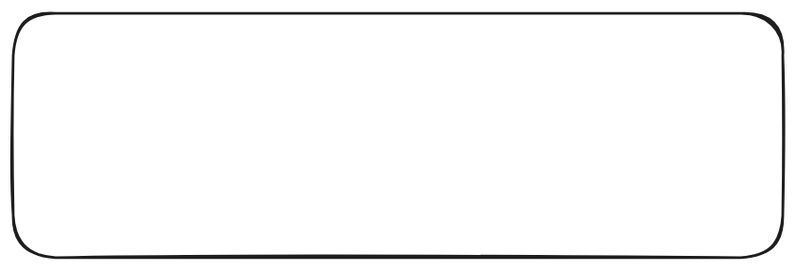
aradhya-tiwari/aradhya_tiwari_frontend keeps this Excalidraw diagram as Capstone_VechicleRentalSystem/resources/er-diagram.excalidraw.svg. Above is the earlier version. Source tidied: one line per element, renumbered; positions are measured from the earlier drawing's top-left corner, leaving out a move shared by most shapes. The source it was exported from:
```json
{"id": 0, "type": "rectangle", "strokeColor": "#1e1e1e", "strokeWidth": 2, "roughness": 1, "round": true, "x": 0, "y": 0, "width": 582, "height": 185}
```
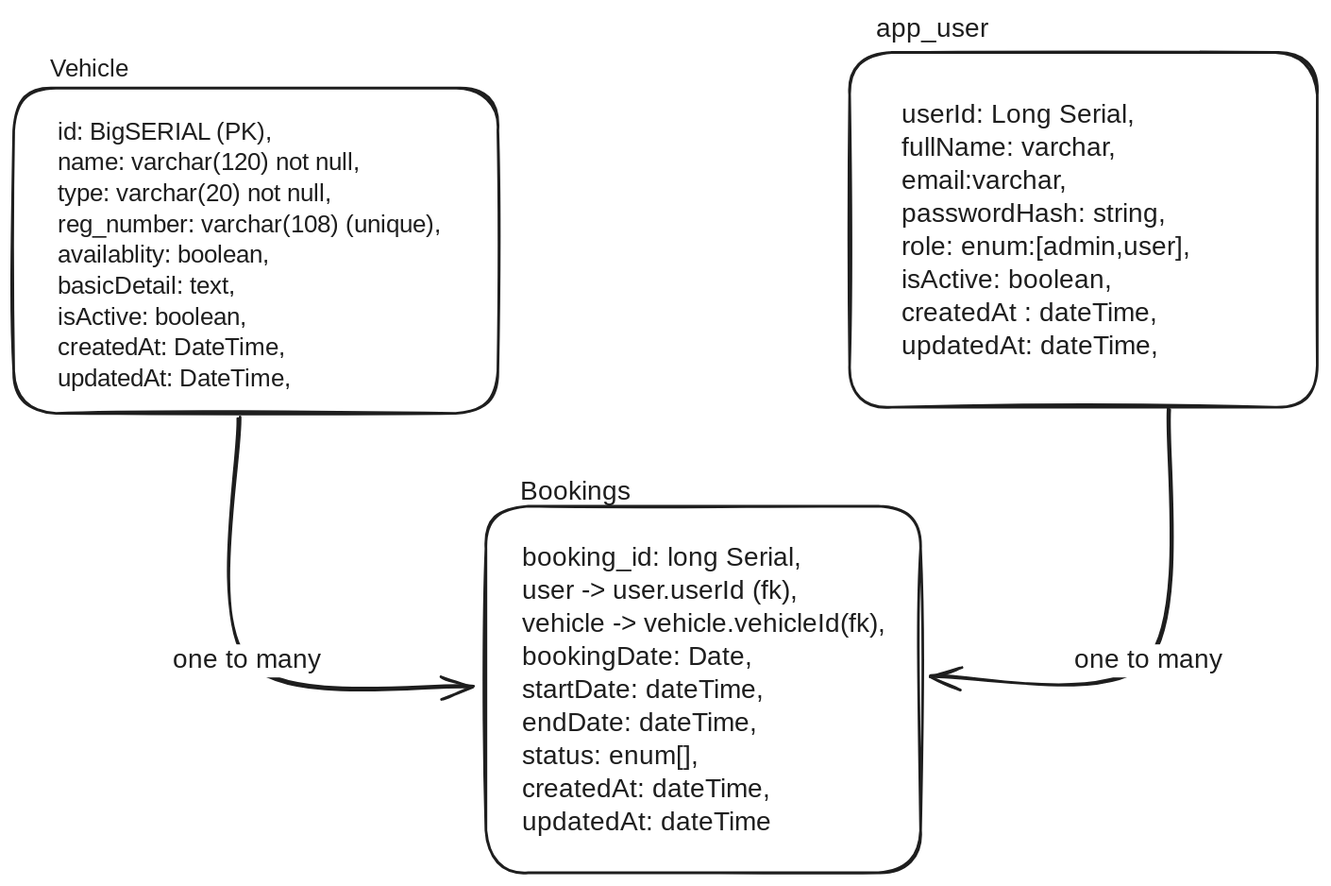
Above is the later version.

The edit, as a diff of the source:
```diff
@@ -1,1 +1,13 @@
-{"id": 0, "type": "rectangle", "strokeColor": "#1e1e1e", "strokeWidth": 2, "roughness": 1, "round": true, "x": 0, "y": 0, "width": 582, "height": 185}
+{"id": 0, "type": "rectangle", "strokeColor": "#1e1e1e", "strokeWidth": 2, "roughness": 1, "round": true, "x": 0, "y": 0, "width": 367, "height": 246}
+{"id": 1, "type": "text", "text": "Vehicle", "strokeColor": "#1e1e1e", "strokeWidth": 2, "roughness": 1, "fontSize": 18.68, "fontFamily": 5, "x": 27, "y": -26, "width": 59, "height": 23}
+{"id": 2, "type": "text", "text": "id: BigSERIAL (PK),\nname: varchar(120) not null,\ntype: varchar(20) not null,\nreg_number: varchar(108) (unique),\navailablity: boolean,\nbasicDetail: text,\nisActive: boolean,\ncreatedAt: DateTime,\nupdatedAt: DateTime,\n \n\n", "strokeColor": "#1e1e1e", "strokeWidth": 2, "roughness": 1, "fontSize": 18.68, "fontFamily": 5, "x": 33, "y": 22, "width": 310, "height": 280}
+{"id": 3, "type": "rectangle", "strokeColor": "#1e1e1e", "strokeWidth": 2, "roughness": 1, "round": true, "x": 633, "y": -27, "width": 354, "height": 268}
+{"id": 4, "type": "text", "text": "app_user", "strokeColor": "#1e1e1e", "strokeWidth": 2, "roughness": 1, "fontSize": 20, "fontFamily": 5, "x": 652, "y": -57, "width": 87, "height": 25}
+{"id": 5, "type": "text", "text": "userId: Long Serial,\nfullName: varchar,\nemail:varchar,\npasswordHash: string,\nrole: enum:[admin,user],\nisActive: boolean,\ncreatedAt : dateTime,\nupdatedAt: dateTime,\n", "strokeColor": "#1e1e1e", "strokeWidth": 2, "roughness": 1, "fontSize": 20, "fontFamily": 5, "x": 672, "y": 8, "width": 222, "height": 225}
+{"id": 6, "type": "rectangle", "strokeColor": "#1e1e1e", "strokeWidth": 2, "roughness": 1, "round": true, "x": 357, "y": 316, "width": 329, "height": 277}
+{"id": 7, "type": "text", "text": "Bookings", "strokeColor": "#1e1e1e", "strokeWidth": 2, "roughness": 1, "fontSize": 20, "fontFamily": 5, "x": 383, "y": 294, "width": 87, "height": 25}
+{"id": 8, "type": "text", "text": "booking_id: long Serial,\nuser -> user.userId (fk),\nvehicle -> vehicle.vehicleId(fk),\nbookingDate: Date,\nstartDate: dateTime,\nendDate: dateTime,\nstatus: enum[],\ncreatedAt: dateTime,\nupdatedAt: dateTime", "strokeColor": "#1e1e1e", "strokeWidth": 2, "roughness": 1, "fontSize": 20, "fontFamily": 5, "x": 385, "y": 344, "width": 295, "height": 225}
+{"id": 9, "type": "arrow", "strokeColor": "#1e1e1e", "strokeWidth": 2, "roughness": 1, "endArrowhead": "arrow", "round": true, "from": 0, "to": 6, "x": 170, "y": 251, "width": 178, "height": 202, "points": [[0, 0], [6, 183], [178, 202]]}
+{"id": 10, "type": "text", "text": "one to many", "strokeColor": "#1e1e1e", "strokeWidth": 2, "roughness": 1, "fontSize": 20, "fontFamily": 5, "textAlign": "center", "verticalAlign": "middle", "inside": 9, "x": 118, "y": 421, "width": 118, "height": 25}
+{"id": 11, "type": "arrow", "strokeColor": "#1e1e1e", "strokeWidth": 2, "roughness": 1, "endArrowhead": "arrow", "round": true, "from": 5, "to": 8, "x": 875, "y": 243, "width": 182, "height": 202, "points": [[0, 0], [-16, 190], [-182, 202]]}
+{"id": 12, "type": "text", "text": "one to many", "strokeColor": "#1e1e1e", "strokeWidth": 2, "roughness": 1, "fontSize": 20, "fontFamily": 5, "textAlign": "center", "verticalAlign": "middle", "inside": 11, "x": 800, "y": 421, "width": 118, "height": 25}
```
